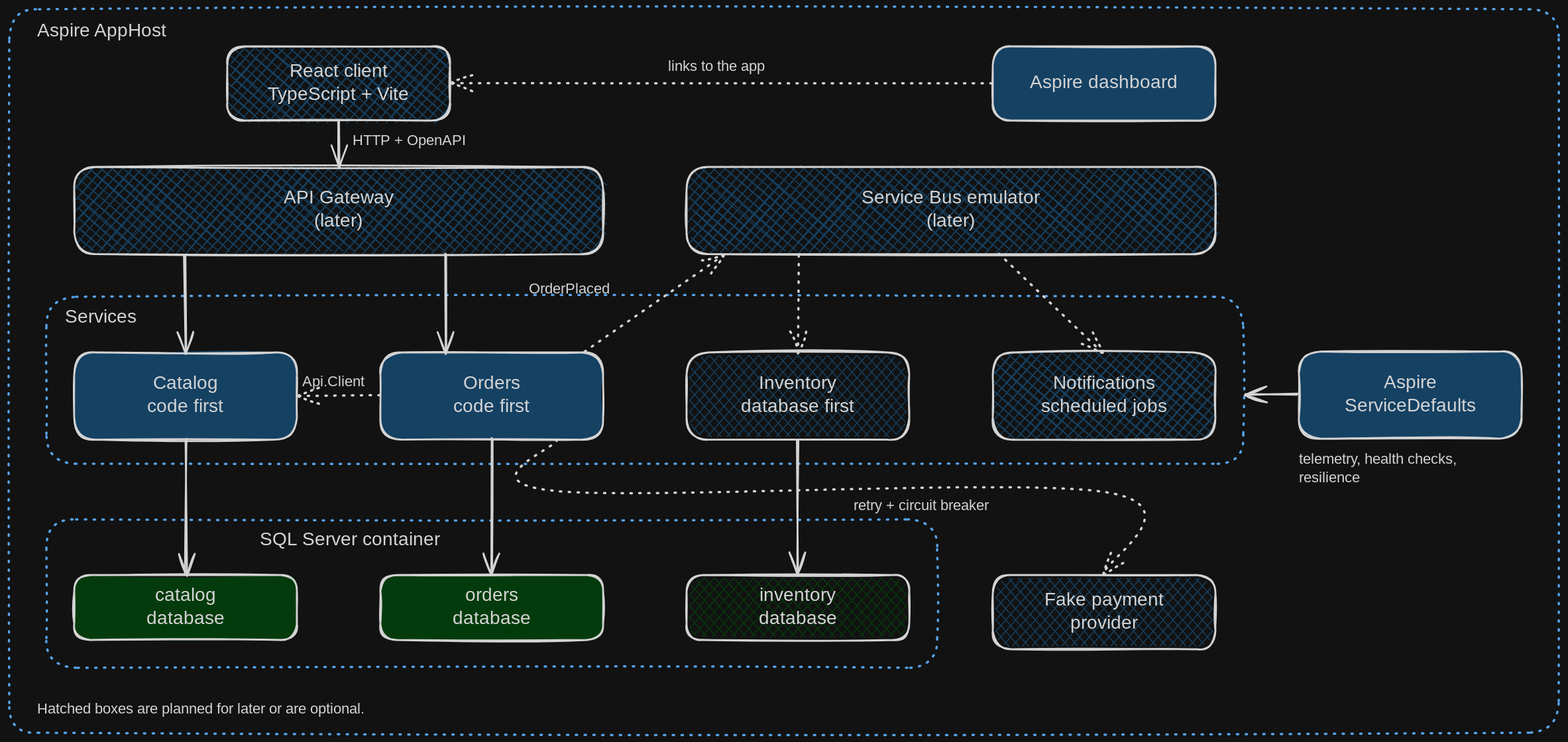
The Excalidraw diagram resources/schemas/CatDemoArchitecture.excalidraw.svg in gmarginet/CleanArchitectureToolkit, before a commit. Source tidied: one line per element, renumbered; positions are measured from the earlier drawing's top-left corner, leaving out a move shared by most shapes.
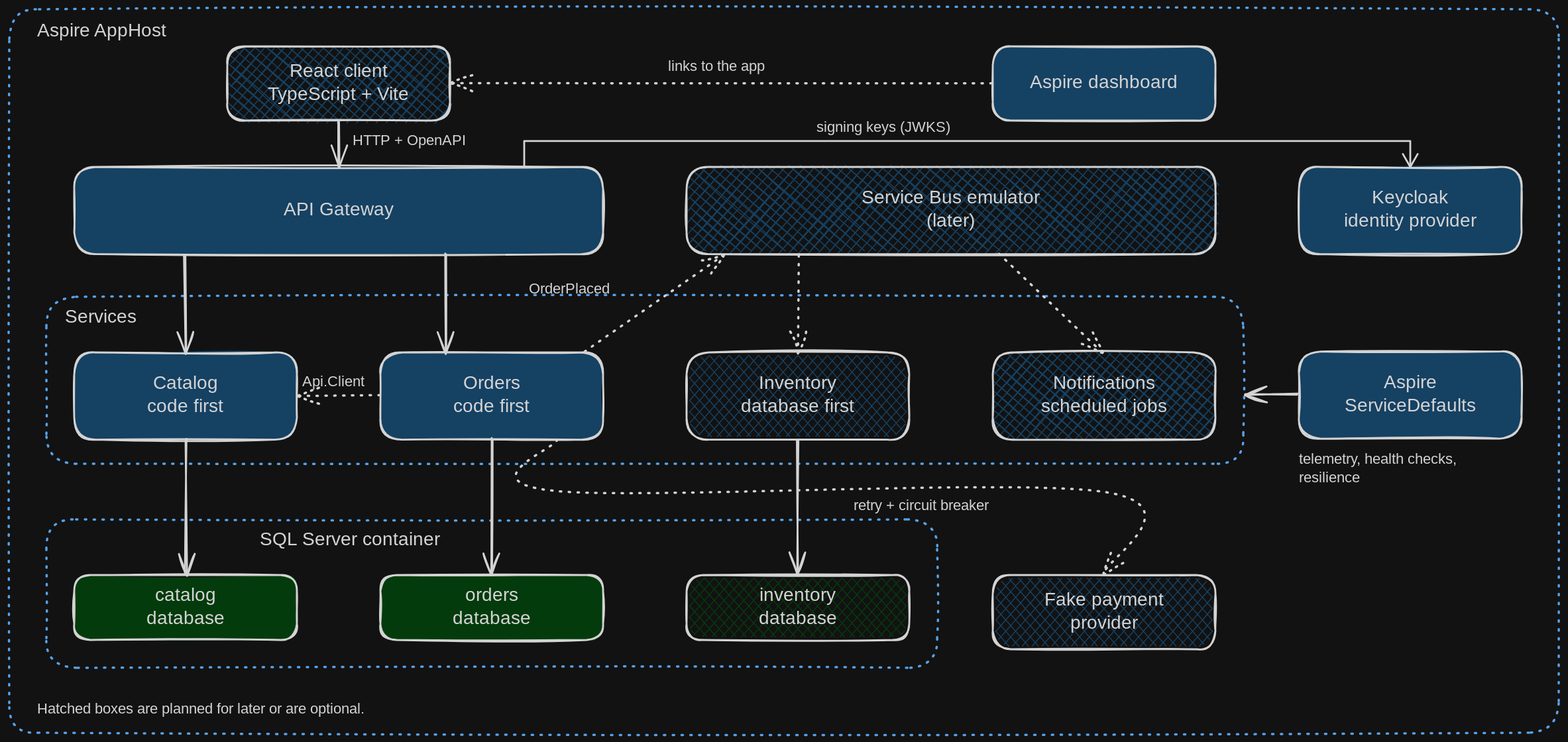
Above is the later version.

Commit message:
Document the demo gateway and Keycloak and add Keycloak to the drawing (skip-pub)

The edit, as a diff of the source:
```diff
@@ -8,8 +8,8 @@
 {"id": 7, "type": "text", "text": "React client\nTypeScript + Vite", "strokeColor": "#1e1e1e", "strokeWidth": 2, "roughness": 1, "fontSize": 20, "fontFamily": 5, "textAlign": "center", "verticalAlign": "middle", "inside": 6, "x": 269, "y": 55, "width": 171, "height": 50}
 {"id": 8, "type": "rectangle", "strokeColor": "#1e1e1e", "backgroundColor": "#a5d8ff", "fillStyle": "solid", "strokeWidth": 2, "roughness": 1, "round": true, "x": 1060, "y": 40, "width": 240, "height": 80}
 {"id": 9, "type": "text", "text": "Aspire dashboard", "strokeColor": "#1e1e1e", "strokeWidth": 2, "roughness": 1, "fontSize": 20, "fontFamily": 5, "textAlign": "center", "verticalAlign": "middle", "inside": 8, "x": 1096, "y": 68, "width": 167, "height": 25}
-{"id": 10, "type": "rectangle", "strokeColor": "#1e1e1e", "backgroundColor": "#a5d8ff", "fillStyle": "cross-hatch", "strokeWidth": 2, "roughness": 1, "round": true, "x": 70, "y": 170, "width": 570, "height": 94}
+{"id": 10, "type": "rectangle", "strokeColor": "#1e1e1e", "backgroundColor": "#a5d8ff", "fillStyle": "solid", "strokeWidth": 2, "roughness": 1, "round": true, "x": 70, "y": 170, "width": 570, "height": 94}
-{"id": 11, "type": "text", "text": "API Gateway\n(later)", "strokeColor": "#1e1e1e", "strokeWidth": 2, "roughness": 1, "fontSize": 20, "fontFamily": 5, "textAlign": "center", "verticalAlign": "middle", "inside": 10, "x": 299, "y": 192, "width": 111, "height": 50}
+{"id": 11, "type": "text", "text": "API Gateway", "strokeColor": "#1e1e1e", "strokeWidth": 2, "roughness": 1, "fontSize": 20, "fontFamily": 5, "textAlign": "center", "verticalAlign": "middle", "inside": 10, "x": 299, "y": 204, "width": 111, "height": 25}
 {"id": 12, "type": "rectangle", "strokeColor": "#1e1e1e", "backgroundColor": "#a5d8ff", "fillStyle": "cross-hatch", "strokeWidth": 2, "roughness": 1, "round": true, "x": 730, "y": 170, "width": 570, "height": 94}
 {"id": 13, "type": "text", "text": "Service Bus emulator\n(later)", "strokeColor": "#1e1e1e", "strokeWidth": 2, "roughness": 1, "fontSize": 20, "fontFamily": 5, "textAlign": "center", "verticalAlign": "middle", "inside": 12, "x": 914, "y": 192, "width": 202, "height": 50}
 {"id": 14, "type": "rectangle", "strokeColor": "#1e1e1e", "backgroundColor": "#a5d8ff", "fillStyle": "solid", "strokeWidth": 2, "roughness": 1, "round": true, "x": 70, "y": 370, "width": 240, "height": 94}
@@ -50,3 +50,7 @@
 {"id": 49, "type": "text", "text": "retry + circuit breaker", "strokeColor": "#1e1e1e", "strokeWidth": 2, "roughness": 1, "fontSize": 16, "fontFamily": 5, "x": 910, "y": 526, "width": 186, "height": 20}
 {"id": 50, "type": "text", "text": "telemetry, health checks,\nresilience", "strokeColor": "#1e1e1e", "strokeWidth": 2, "roughness": 1, "fontSize": 16, "fontFamily": 5, "x": 1390, "y": 476, "width": 202, "height": 40}
 {"id": 51, "type": "text", "text": "Hatched boxes are planned for later or are optional.", "strokeColor": "#1e1e1e", "strokeWidth": 2, "roughness": 1, "fontSize": 16, "fontFamily": 5, "x": 30, "y": 745, "width": 407, "height": 20}
+{"id": 52, "type": "rectangle", "strokeColor": "#1e1e1e", "backgroundColor": "#a5d8ff", "fillStyle": "solid", "strokeWidth": 2, "roughness": 1, "round": true, "x": 1390, "y": 170, "width": 240, "height": 94}
+{"id": 53, "type": "text", "text": "Keycloak\nidentity provider", "strokeColor": "#1e1e1e", "strokeWidth": 2, "roughness": 1, "fontSize": 20, "fontFamily": 5, "textAlign": "center", "verticalAlign": "middle", "inside": 52, "x": 1424, "y": 192, "width": 172, "height": 50}
+{"id": 54, "type": "arrow", "strokeColor": "#1e1e1e", "strokeWidth": 2, "roughness": 1, "endArrowhead": "arrow", "round": true, "from": 10, "to": 52, "x": 555, "y": 170, "width": 955, "height": 28, "points": [[0, 0], [0, -28], [955, -28], [955, 0]]}
+{"id": 55, "type": "text", "text": "signing keys (JWKS)", "strokeColor": "#1e1e1e", "strokeWidth": 2, "roughness": 1, "fontSize": 16, "fontFamily": 5, "x": 870, "y": 118, "width": 154, "height": 20}
```
